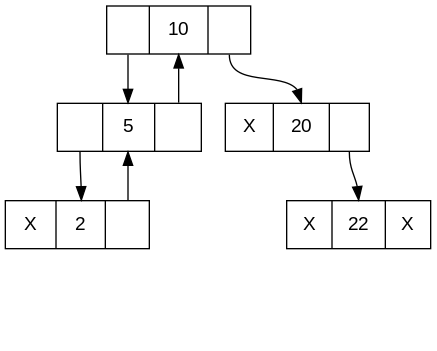
Earlier version of the Graphviz export diagram.png (radwanCS/Data-Structure-Visualization-with-Graphviz). Its source is kept beside it as diagram.dot. Its diagram source:
```dot
digraph RTBT{
	node [fontname="Arial", shape=record, height=0.5, width=1.5];
	10 [label="<left> |<data> 10 |<right> "];
	5 [label="<left> |<data> 5 |<right> "];
	20 [label="<left> X|<data> 20 |<right> "];
	2 [label="<left> X|<data> 2 |<right> "];
	10 [label="<left> |<data> 10 |<right> "];
	22 [label="<left> X|<data> 22 |<right> X"];
	NULL1 [shape=point style=invis];
	2:left -> NULL1 [style=invis];
	2:right -> 5:data;
	5:left -> 2:data;
	5:right -> 10:data;
	10:left -> 5:data;
	10:right -> 20:data;
	NULL2 [shape=point style=invis];
	20:left -> NULL2 [style=invis];
	20:right -> 22:data;
	NULL3 [shape=point style=invis];
	22:left -> NULL3 [style=invis];
	NULL4 [shape=point style=invis];
	22:right -> NULL4 [style=invis];
}
```
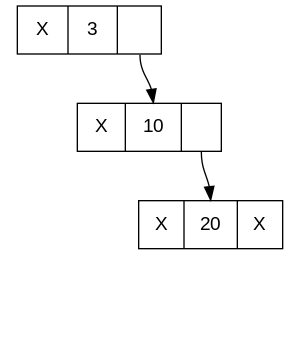
After the commit.

Commit message:
left threaded tree insert function

What changed in the source:
```diff
@@ -1,23 +1,16 @@
 digraph RTBT{
 	node [fontname="Arial", shape=record, height=0.5, width=1.5];
-	10 [label="<left> |<data> 10 |<right> "];
-	5 [label="<left> |<data> 5 |<right> "];
-	20 [label="<left> X|<data> 20 |<right> "];
-	2 [label="<left> X|<data> 2 |<right> "];
-	10 [label="<left> |<data> 10 |<right> "];
-	22 [label="<left> X|<data> 22 |<right> X"];
+	3 [label="<left> X|<data> 3 |<right> "];
+	10 [label="<left> X|<data> 10 |<right> "];
+	20 [label="<left> X|<data> 20 |<right> X"];
 	NULL1 [shape=point style=invis];
-	2:left -> NULL1 [style=invis];
-	2:right -> 5:data;
-	5:left -> 2:data;
-	5:right -> 10:data;
-	10:left -> 5:data;
+	3:left -> NULL1 [style=invis];
+	3:right -> 10:data;
+	NULL2 [shape=point style=invis];
+	10:left -> NULL2 [style=invis];
 	10:right -> 20:data;
-	NULL2 [shape=point style=invis];
-	20:left -> NULL2 [style=invis];
-	20:right -> 22:data;
 	NULL3 [shape=point style=invis];
-	22:left -> NULL3 [style=invis];
+	20:left -> NULL3 [style=invis];
 	NULL4 [shape=point style=invis];
-	22:right -> NULL4 [style=invis];
+	20:right -> NULL4 [style=invis];
 }
```
